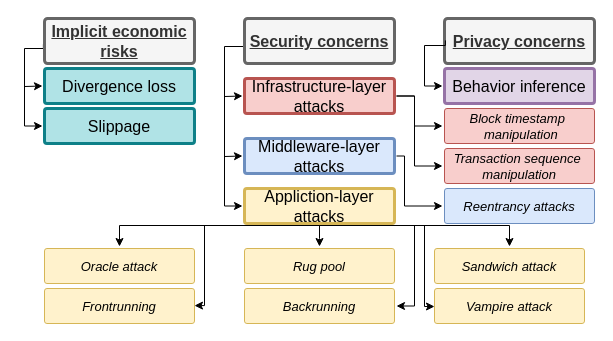
Before: page "security" (4 of 5) of assets/amm-pool.drawio in xujiahuayz/bondingcurves, a draw.io diagram. Source tidied: cells renumbered, new cells numbered last; positions are measured from the earlier drawing's top-left corner, leaving out a move shared by most shapes. Both pictures are drawn from the tidied source at 100%, with x=0, y=0 at pixel (24, 18).
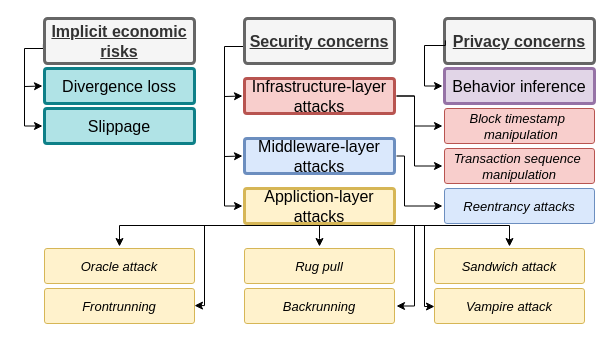
After the change.

What changed in the source:
```diff
@@
-    <mxCell id="28" value="Rug pool" style="rounded=1;whiteSpace=wrap;html=1;shadow=0;labelBackgroundColor=none;strokeWidth=1;fontFamily=Helvetica;fontSize=13;align=center;spacing=5;arcSize=7;perimeterSpacing=2;fillColor=#fff2cc;strokeColor=#d6b656;fontStyle=2;" parent="1" vertex="1">
+    <mxCell id="28" value="Rug pull" style="rounded=1;whiteSpace=wrap;html=1;shadow=0;labelBackgroundColor=none;strokeWidth=1;fontFamily=Helvetica;fontSize=13;align=center;spacing=5;arcSize=7;perimeterSpacing=2;fillColor=#fff2cc;strokeColor=#d6b656;fontStyle=2;" parent="1" vertex="1">
       <mxGeometry x="220" y="230" width="150" height="35" as="geometry" />
     </mxCell>
```
